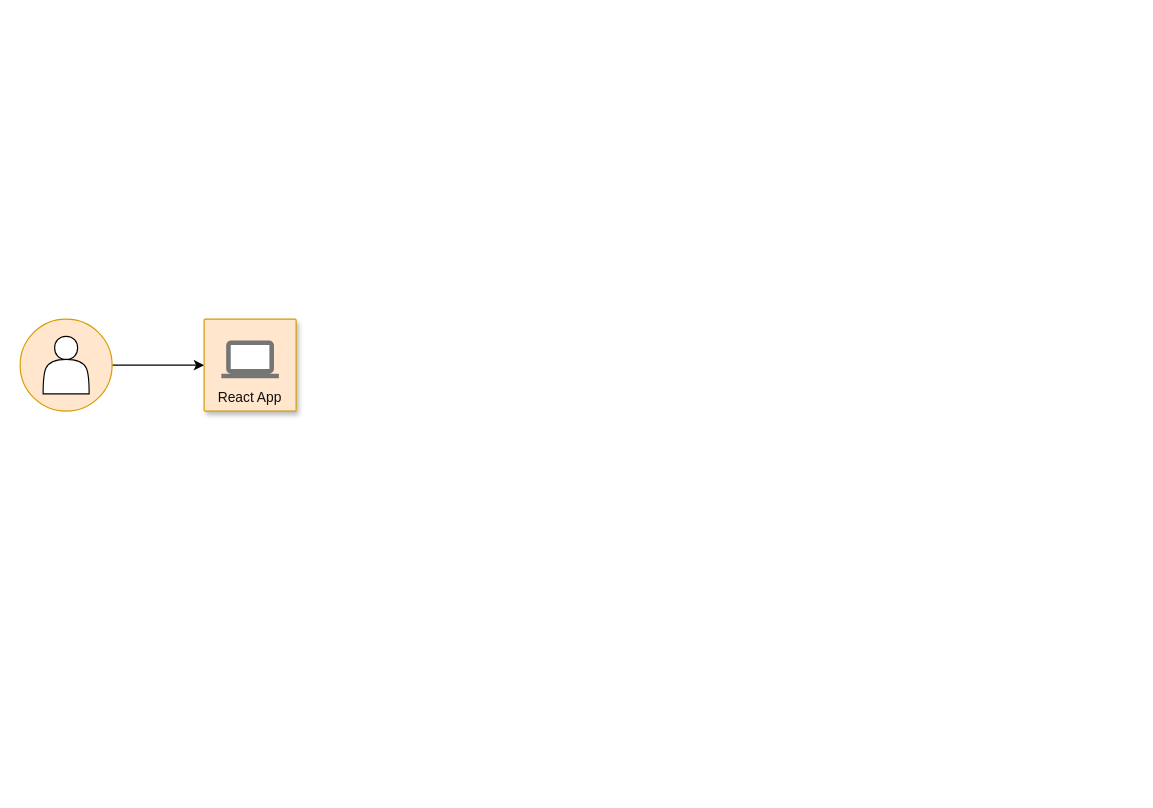
Earlier version of the draw.io diagram Untitled Diagram.drawio (aakkss37/MERN-Placement-and-Internship-Cell). Source tidied: cells renumbered, new cells numbered last; positions are measured from the earlier drawing's top-left corner, leaving out a move shared by most shapes. Both pictures are drawn from the tidied source at 115%, with x=0, y=0 at pixel (20, 319). Pictures stored in the file or linked from it are replaced by grey dashed boxes.
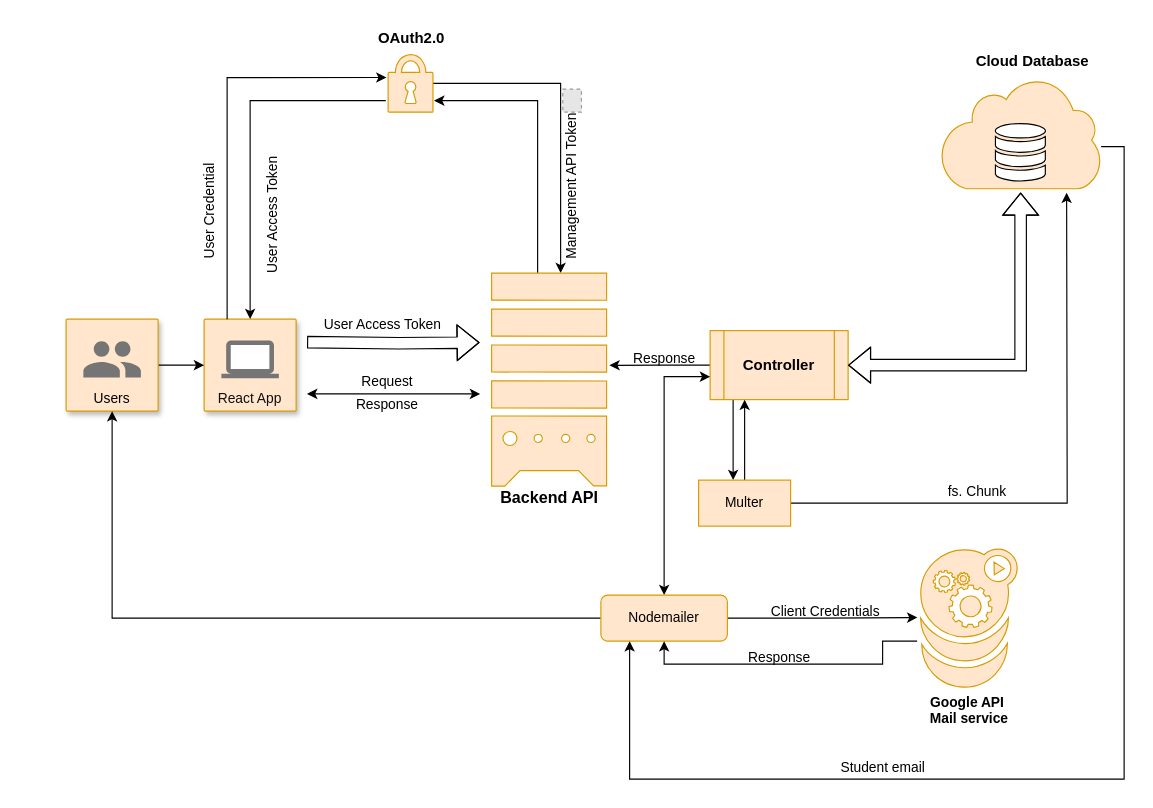
After the change.

The change refers to these unchanged cells:
```xml
<mxCell id="5" value="React App" style="strokeColor=#d79b00;shadow=1;strokeWidth=1;rounded=1;absoluteArcSize=1;arcSize=2;labelPosition=center;verticalLabelPosition=middle;align=center;verticalAlign=bottom;spacingLeft=0;fontSize=12;whiteSpace=wrap;spacingBottom=2;html=1;fillColor=#ffe6cc;fontColor=#0F0F0F;" parent="1" vertex="1">
  <mxGeometry x="160" width="80" height="80" as="geometry" />
</mxCell>
```

What changed in the source:
```diff
@@
-    <mxCell id="2" style="edgeStyle=orthogonalEdgeStyle;rounded=0;jettySize=auto;html=1;" parent="1" edge="1" source="3" target="5">
-      <mxGeometry relative="1" as="geometry" />
-    </mxCell>
-    <mxCell id="3" style="ellipse;whiteSpace=wrap;html=1;fillColor=#ffe6cc;strokeColor=#d79b00;" parent="1" vertex="1">
-      <mxGeometry width="80" height="80" as="geometry" />
-    </mxCell>
-    <mxCell id="4" style="shape=actor;whiteSpace=wrap;html=1;" parent="1" vertex="1">
-      <mxGeometry x="20" y="15" width="40" height="50" as="geometry" />
-    </mxCell>
@@
+    <mxCell id="7" style="edgeStyle=orthogonalEdgeStyle;rounded=0;jettySize=auto;html=1;" parent="1" edge="1" source="8" target="5">
+      <mxGeometry relative="1" as="geometry" />
+    </mxCell>
+    <mxCell id="8" value="Users" style="strokeColor=#d79b00;shadow=1;strokeWidth=1;rounded=1;absoluteArcSize=1;arcSize=2;labelPosition=center;verticalLabelPosition=middle;align=center;verticalAlign=bottom;spacingLeft=0;fontSize=12;whiteSpace=wrap;spacingBottom=2;html=1;fillColor=#ffe6cc;" parent="1" vertex="1">
+      <mxGeometry x="40" width="80" height="80" as="geometry" />
+    </mxCell>
+    <mxCell id="9" style="sketch=0;dashed=0;html=1;fillColor=#757575;strokeColor=none;shape=mxgraph.gcp2.users;" parent="8" vertex="1">
+      <mxGeometry x="0.5" width="50" height="31.5" relative="1" as="geometry">
+        <mxPoint x="-25" y="19.2" as="offset" />
+      </mxGeometry>
+    </mxCell>
+    <mxCell id="10" style="edgeStyle=orthogonalEdgeStyle;rounded=0;jettySize=auto;html=1;" parent="1" edge="1" source="11">
+      <mxGeometry relative="1" as="geometry">
+        <mxPoint x="470" y="-40" as="targetPoint" />
+        <Array as="points">
+          <mxPoint x="470" y="-205" />
+        </Array>
+      </mxGeometry>
+    </mxCell>
+    <mxCell id="11" style="sketch=0;html=1;strokeColor=#d79b00;shadow=0;fillColor=#ffe6cc;verticalAlign=top;labelPosition=center;verticalLabelPosition=bottom;shape=mxgraph.gcp2.lock;" parent="1" vertex="1">
+      <mxGeometry x="320" y="-230" width="39" height="50" as="geometry" />
+    </mxCell>
+    <mxCell id="12" value="&lt;b&gt;&lt;font style=&quot;font-size: 13px;&quot;&gt;OAuth2.0&lt;/font&gt;&lt;/b&gt;" style="text;html=1;align=center;verticalAlign=middle;strokeColor=none;fillColor=none;" parent="1" vertex="1">
+      <mxGeometry x="299.5" y="-260" width="80" height="30" as="geometry" />
+    </mxCell>
+    <mxCell id="13" value="User Credential&amp;nbsp;" style="text;html=1;align=center;verticalAlign=middle;strokeColor=none;fillColor=none;rotation=-90;" parent="1" vertex="1">
+      <mxGeometry x="110" y="-110" width="110" height="30" as="geometry" />
+    </mxCell>
+    <mxCell id="14" style="endArrow=classic;html=1;rounded=0;exitX=0.25;exitY=0;exitDx=0;exitDy=0;entryX=-0.036;entryY=0.397;entryDx=0;entryDy=0;entryPerimeter=0;" parent="1" edge="1" source="5" target="11">
+      <mxGeometry relative="1" as="geometry">
+        <Array as="points">
+          <mxPoint x="180" y="-210" />
+        </Array>
+      </mxGeometry>
+    </mxCell>
+    <mxCell id="15" style="endArrow=classic;html=1;rounded=0;entryX=0.5;entryY=0;entryDx=0;entryDy=0;" parent="1" edge="1" target="5">
+      <mxGeometry relative="1" as="geometry">
+        <mxPoint x="318" y="-190" as="sourcePoint" />
+        <Array as="points">
+          <mxPoint x="200" y="-190" />
+        </Array>
+      </mxGeometry>
+    </mxCell>
+    <mxCell id="16" value="User Access Token" style="text;html=1;align=center;verticalAlign=middle;strokeColor=none;fillColor=none;rotation=-90;" parent="1" vertex="1">
+      <mxGeometry x="155" y="-105" width="130" height="30" as="geometry" />
+    </mxCell>
+    <mxCell id="17" style="shape=flexArrow;endArrow=classic;html=1;rounded=0;" parent="1" edge="1">
+      <mxGeometry relative="1" as="geometry">
+        <mxPoint x="249.5" y="20" as="sourcePoint" />
+        <mxPoint x="399.5" y="20.3" as="targetPoint" />
+        <Array as="points">
+          <mxPoint x="329.5" y="21" />
+        </Array>
+      </mxGeometry>
+    </mxCell>
+    <mxCell id="18" value="User Access Token" style="text;html=1;align=center;verticalAlign=middle;strokeColor=none;fillColor=none;rotation=0;" parent="1" vertex="1">
+      <mxGeometry x="249.5" y="-10" width="130" height="30" as="geometry" />
+    </mxCell>
+    <mxCell id="19" style="edgeStyle=orthogonalEdgeStyle;rounded=0;jettySize=auto;html=1;" parent="1" edge="1" source="20">
+      <mxGeometry relative="1" as="geometry">
+        <mxPoint x="360" y="-190" as="targetPoint" />
+        <Array as="points">
+          <mxPoint x="450" y="-190" />
+        </Array>
+      </mxGeometry>
+    </mxCell>
+    <mxCell id="20" style="sketch=0;html=1;strokeColor=#d79b00;shadow=0;fillColor=#ffe6cc;verticalAlign=top;labelPosition=center;verticalLabelPosition=bottom;shape=mxgraph.gcp2.compute_engine_2;" parent="1" vertex="1">
+      <mxGeometry x="410" y="-40" width="100" height="185.2" as="geometry" />
+    </mxCell>
+    <mxCell id="21" value="&lt;font style=&quot;font-size: 14px;&quot;&gt;&lt;b&gt;Backend API&lt;/b&gt;&lt;/font&gt;" style="text;html=1;align=center;verticalAlign=middle;strokeColor=none;fillColor=none;" parent="1" vertex="1">
+      <mxGeometry x="405" y="140" width="110" height="30" as="geometry" />
+    </mxCell>
+    <mxCell id="22" value="Management API Token" style="text;html=1;align=center;verticalAlign=middle;strokeColor=none;fillColor=none;rotation=-90;" parent="1" vertex="1">
+      <mxGeometry x="405" y="-130" width="150" height="30" as="geometry" />
+    </mxCell>
+    <mxCell id="23" style="endArrow=classic;startArrow=classic;html=1;rounded=0;" parent="1" edge="1">
+      <mxGeometry relative="1" as="geometry">
+        <mxPoint x="249.5" y="65" as="sourcePoint" />
+        <mxPoint x="400" y="65" as="targetPoint" />
+      </mxGeometry>
+    </mxCell>
+    <mxCell id="24" value="Request" style="text;html=1;align=center;verticalAlign=middle;strokeColor=none;fillColor=none;" parent="1" vertex="1">
+      <mxGeometry x="284" y="40" width="70" height="30" as="geometry" />
+    </mxCell>
+    <mxCell id="25" value="Response" style="text;html=1;align=center;verticalAlign=middle;strokeColor=none;fillColor=none;" parent="1" vertex="1">
+      <mxGeometry x="279" y="60" width="80" height="30" as="geometry" />
+    </mxCell>
+    <mxCell id="26" style="edgeStyle=orthogonalEdgeStyle;rounded=0;jettySize=auto;html=1;entryX=1.024;entryY=0.433;entryDx=0;entryDy=0;entryPerimeter=0;" parent="1" edge="1" source="28" target="20">
+      <mxGeometry relative="1" as="geometry" />
+    </mxCell>
+    <mxCell id="27" style="edgeStyle=orthogonalEdgeStyle;rounded=0;jettySize=auto;html=1;" parent="1" edge="1" source="28" target="35">
+      <mxGeometry relative="1" as="geometry">
+        <Array as="points">
+          <mxPoint x="620" y="100" />
+          <mxPoint x="620" y="100" />
+        </Array>
+      </mxGeometry>
+    </mxCell>
+    <mxCell id="28" value="&lt;b&gt;&lt;font style=&quot;font-size: 13px;&quot;&gt;Controller&lt;/font&gt;&lt;/b&gt;" style="shape=process;whiteSpace=wrap;html=1;backgroundOutline=1;fillColor=#ffe6cc;strokeColor=#d79b00;" parent="1" vertex="1">
+      <mxGeometry x="600" y="10" width="120" height="60" as="geometry" />
+    </mxCell>
+    <mxCell id="29" value="Response" style="text;html=1;align=center;verticalAlign=middle;strokeColor=none;fillColor=none;" parent="1" vertex="1">
+      <mxGeometry x="520" y="20" width="80" height="30" as="geometry" />
+    </mxCell>
+    <mxCell id="30" style="sketch=0;html=1;strokeColor=#d79b00;shadow=0;fillColor=#ffe6cc;verticalAlign=top;labelPosition=center;verticalLabelPosition=bottom;shape=mxgraph.gcp2.cloud;" parent="1" vertex="1">
+      <mxGeometry x="800" y="-210" width="140" height="96.6" as="geometry" />
+    </mxCell>
+    <mxCell id="31" style="sketch=0;html=1;shadow=0;verticalAlign=top;labelPosition=center;verticalLabelPosition=bottom;shape=mxgraph.gcp2.cloud_monitoring;" parent="1" vertex="1">
+      <mxGeometry x="847.5" y="-170" width="45" height="50" as="geometry" />
+    </mxCell>
+    <mxCell id="32" value="&lt;b style=&quot;font-size: 13px;&quot;&gt;Cloud Database&lt;/b&gt;" style="text;html=1;align=center;verticalAlign=middle;strokeColor=none;fillColor=none;fontSize=13;" parent="1" vertex="1">
+      <mxGeometry x="820" y="-240" width="120" height="30" as="geometry" />
+    </mxCell>
+    <mxCell id="33" style="edgeStyle=orthogonalEdgeStyle;rounded=0;jettySize=auto;html=1;entryX=0.25;entryY=1;entryDx=0;entryDy=0;" parent="1" edge="1" source="35" target="28">
+      <mxGeometry relative="1" as="geometry" />
+    </mxCell>
+    <mxCell id="34" style="edgeStyle=orthogonalEdgeStyle;rounded=0;jettySize=auto;html=1;" parent="1" edge="1" source="35">
+      <mxGeometry relative="1" as="geometry">
+        <mxPoint x="910" y="-110" as="targetPoint" />
+      </mxGeometry>
+    </mxCell>
+    <mxCell id="35" value="Multer" style="whiteSpace=wrap;html=1;fillColor=#ffe6cc;strokeColor=#d79b00;" parent="1" vertex="1">
+      <mxGeometry x="590" y="140" width="80" height="40" as="geometry" />
+    </mxCell>
+    <mxCell id="36" style="shape=flexArrow;endArrow=classic;startArrow=classic;html=1;rounded=0;exitX=1;exitY=0.5;exitDx=0;exitDy=0;" parent="1" edge="1" source="28">
+      <mxGeometry relative="1" as="geometry">
+        <mxPoint x="870" y="-110" as="targetPoint" />
+        <Array as="points">
+          <mxPoint x="870" y="40" />
+        </Array>
+      </mxGeometry>
+    </mxCell>
+    <mxCell id="37" value="fs. Chunk" style="text;html=1;align=center;verticalAlign=middle;strokeColor=none;fillColor=none;" parent="1" vertex="1">
+      <mxGeometry x="797" y="135" width="70" height="30" as="geometry" />
+    </mxCell>
+    <mxCell id="38" style="endArrow=classic;startArrow=classic;html=1;rounded=0;exitX=0.5;exitY=0;exitDx=0;exitDy=0;" parent="1" edge="1" source="41">
+      <mxGeometry relative="1" as="geometry">
+        <mxPoint x="600" y="50" as="targetPoint" />
+        <Array as="points">
+          <mxPoint x="560" y="50" />
+        </Array>
+      </mxGeometry>
+    </mxCell>
+    <mxCell id="39" style="edgeStyle=orthogonalEdgeStyle;rounded=0;jettySize=auto;html=1;entryX=-0.033;entryY=0.496;entryDx=0;entryDy=0;entryPerimeter=0;" parent="1" edge="1" source="41" target="44">
+      <mxGeometry relative="1" as="geometry" />
+    </mxCell>
+    <mxCell id="40" style="edgeStyle=orthogonalEdgeStyle;rounded=0;jettySize=auto;html=1;" parent="1" edge="1" source="41" target="8">
+      <mxGeometry relative="1" as="geometry" />
+    </mxCell>
+    <mxCell id="41" value="Nodemailer" style="rounded=1;whiteSpace=wrap;html=1;fillColor=#ffe6cc;strokeColor=#d79b00;" parent="1" vertex="1">
+      <mxGeometry x="505" y="240" width="110" height="40" as="geometry" />
+    </mxCell>
+    <mxCell id="42" style="fillColor=#E6E6E6;strokeColor=#999999;dashed=1;html=1;verticalAlign=top;labelPosition=center;verticalLabelPosition=bottom;align=center;spacingTop=-6;fontSize=11;fontStyle=1;fontColor=#999999;" parent="1" vertex="1">
+      <mxGeometry x="471.9" y="-200" width="16.2" height="20" as="geometry" />
+    </mxCell>
+    <mxCell id="43" style="edgeStyle=orthogonalEdgeStyle;rounded=0;jettySize=auto;html=1;entryX=0.5;entryY=1;entryDx=0;entryDy=0;" parent="1" edge="1" target="41">
+      <mxGeometry relative="1" as="geometry">
+        <mxPoint x="780" y="280" as="sourcePoint" />
+        <Array as="points">
+          <mxPoint x="750" y="280" />
+          <mxPoint x="750" y="300" />
+          <mxPoint x="560" y="300" />
+        </Array>
+      </mxGeometry>
+    </mxCell>
+    <mxCell id="44" value="&lt;b&gt;Google API&amp;nbsp;&lt;br&gt;Mail service&lt;/b&gt;" style="sketch=0;html=1;strokeColor=#d79b00;shadow=0;fillColor=#ffe6cc;verticalAlign=top;labelPosition=center;verticalLabelPosition=bottom;shape=mxgraph.gcp2.service;" parent="1" vertex="1">
+      <mxGeometry x="783" y="200" width="84" height="120" as="geometry" />
+    </mxCell>
+    <mxCell id="45" value="Client Credentials" style="text;html=1;align=center;verticalAlign=middle;strokeColor=none;fillColor=none;" parent="1" vertex="1">
+      <mxGeometry x="640" y="240" width="120" height="30" as="geometry" />
+    </mxCell>
+    <mxCell id="46" value="Response" style="text;html=1;align=center;verticalAlign=middle;strokeColor=none;fillColor=none;" parent="1" vertex="1">
+      <mxGeometry x="620" y="280" width="80" height="30" as="geometry" />
+    </mxCell>
+    <mxCell id="47" style="endArrow=classic;html=1;rounded=0;exitX=1;exitY=0.621;exitDx=0;exitDy=0;exitPerimeter=0;" parent="1" edge="1" source="30">
+      <mxGeometry relative="1" as="geometry">
+        <mxPoint x="530" y="280" as="targetPoint" />
+        <Array as="points">
+          <mxPoint x="960" y="-150" />
+          <mxPoint x="960" y="400" />
+          <mxPoint x="530" y="400" />
+        </Array>
+      </mxGeometry>
+    </mxCell>
+    <mxCell id="48" value="Student email" style="text;html=1;align=center;verticalAlign=middle;strokeColor=none;fillColor=none;" parent="1" vertex="1">
+      <mxGeometry x="700" y="375" width="100" height="30" as="geometry" />
+    </mxCell>
```
